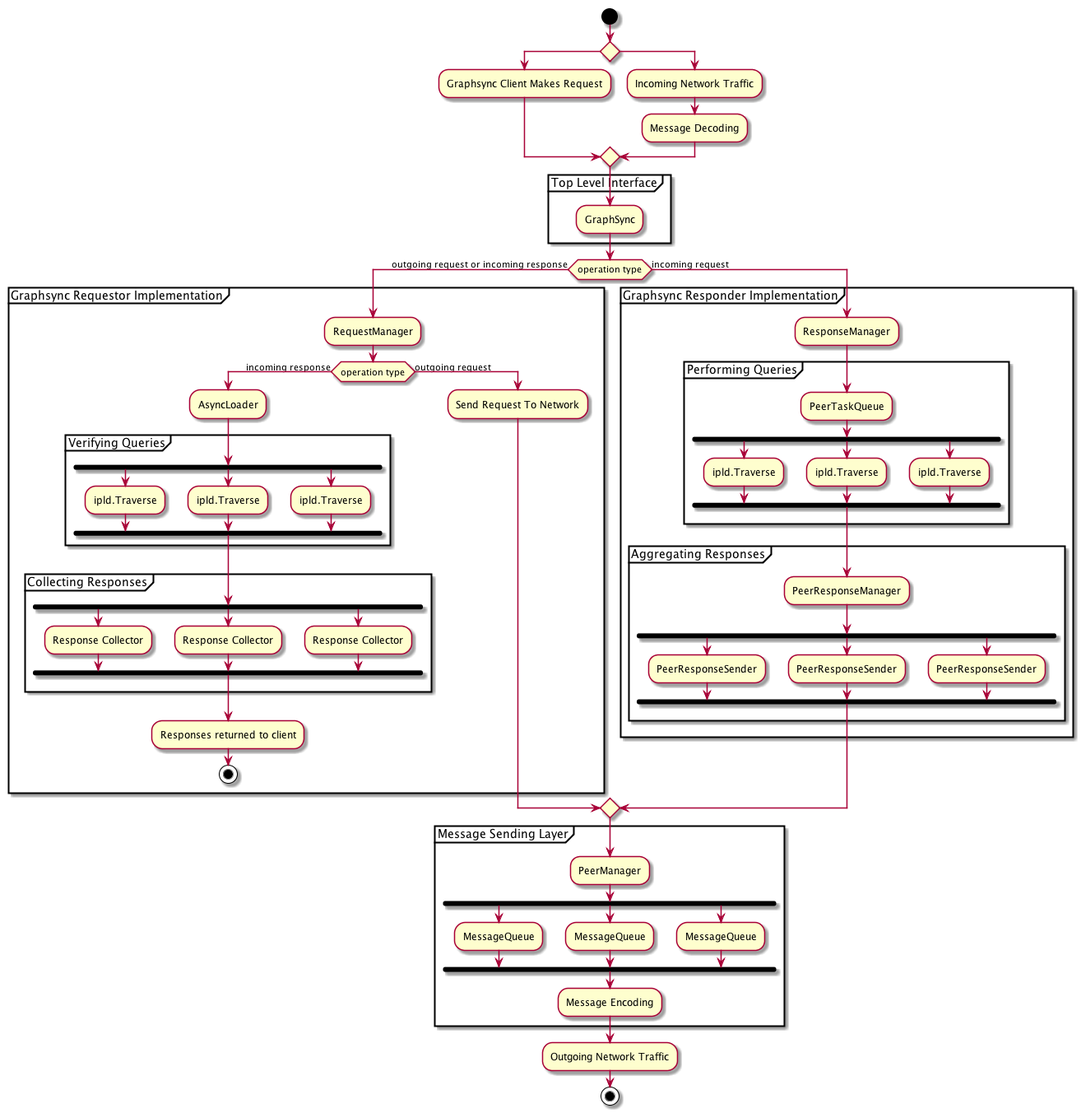
Above: docs/processes.png in ipfs/go-graphsync (PlantUML), before the change.
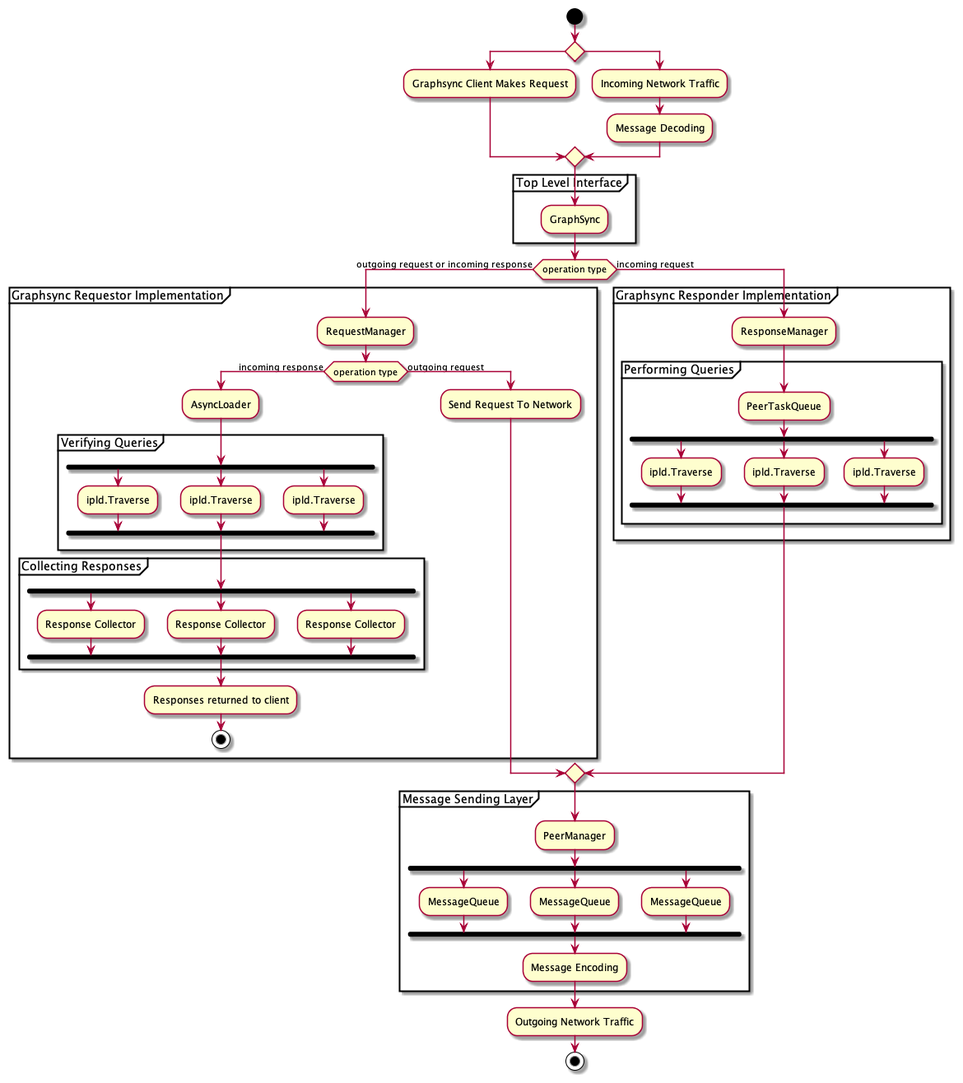
Above is the later version.

Change to the diagram source:
```diff
@@ -51,16 +51,6 @@
 :ipld.Traverse;
 end fork
 }
-partition "Aggregating Responses" {
-:PeerResponseManager;
-fork
-:PeerResponseSender;
-fork again
-:PeerResponseSender;
-fork again
-:PeerResponseSender;
-end fork
-}
 }
 endif
 partition "Message Sending Layer" {
```
